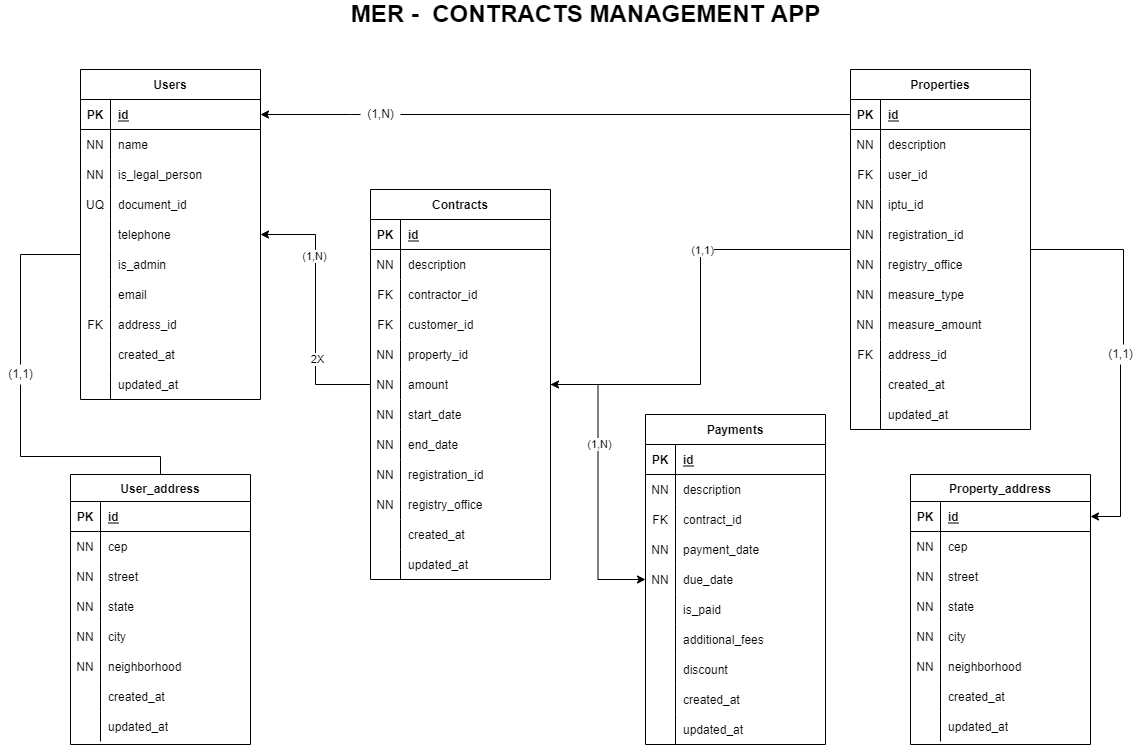
DaniloSouza19/contracts-management-api keeps this draw.io diagram as docs/ER_diagram.png. Above is the earlier version. Source tidied: cells renumbered, new cells last; positions are measured from the earlier drawing's top-left corner, leaving out a move shared by most shapes.
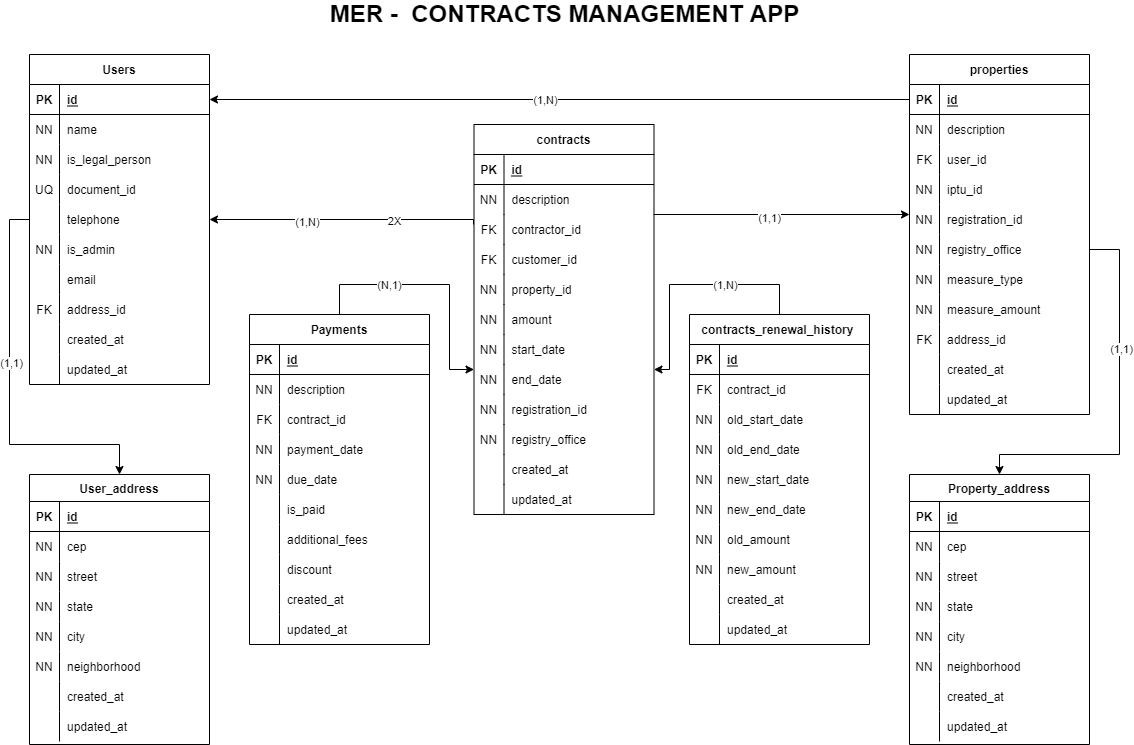
Later version of the same file.

Commit message:
add table contracts_renewal_history

The edit, as a diff of the source:
```diff
@@ -2,17 +2,8 @@
   <root>
     <mxCell id="0" />
     <mxCell id="1" parent="0" />
-    <mxCell id="2" style="edgeStyle=orthogonalEdgeStyle;rounded=0;jettySize=auto;html=1;startArrow=none;" parent="1" edge="1" source="126" target="102">
-      <mxGeometry relative="1" as="geometry" />
-    </mxCell>
-    <mxCell id="3" style="edgeStyle=orthogonalEdgeStyle;rounded=0;jettySize=auto;html=1;" parent="1" edge="1" source="5" target="130">
-      <mxGeometry relative="1" as="geometry" />
-    </mxCell>
-    <mxCell id="4" value="(1,1)" style="edgeLabel;html=1;align=center;verticalAlign=middle;" parent="3" vertex="1">
-      <mxGeometry x="-0.31" y="1" relative="1" as="geometry" />
-    </mxCell>
-    <mxCell id="5" value="Properties" style="shape=table;startSize=30;rowLines=0;fontStyle=1;align=center;" parent="1" vertex="1">
-      <mxGeometry x="850" y="65" width="180" height="360" as="geometry" />
+    <mxCell id="5" value="properties" style="shape=table;startSize=30;rowLines=0;fontStyle=1;align=center;" parent="1" vertex="1">
+      <mxGeometry x="930" y="50" width="180" height="360" as="geometry" />
     </mxCell>
     <mxCell id="6" style="shape=partialRectangle;fillColor=none;top=0;left=0;bottom=1;right=0;points=[[0,0.5],[1,0.5]];portConstraint=eastwest;" parent="5" vertex="1">
       <mxGeometry y="30" width="180" height="30" as="geometry" />
@@ -113,15 +104,8 @@
     <mxCell id="38" value="updated_at" style="shape=partialRectangle;fillColor=none;top=0;left=0;bottom=0;right=0;align=left;spacingLeft=6;overflow=hidden;" parent="36" vertex="1">
       <mxGeometry x="30" width="150" height="30" as="geometry" />
     </mxCell>
-    <mxCell id="39" style="edgeStyle=orthogonalEdgeStyle;rounded=0;jettySize=auto;html=1;startArrow=none;" parent="1" edge="1" source="99" target="72">
-      <mxGeometry relative="1" as="geometry">
-        <Array as="points">
-          <mxPoint x="20" y="452" />
-        </Array>
-      </mxGeometry>
-    </mxCell>
     <mxCell id="40" value="Users" style="shape=table;startSize=30;rowLines=0;fontStyle=1;align=center;" parent="1" vertex="1">
-      <mxGeometry x="80" y="65" width="180" height="330" as="geometry" />
+      <mxGeometry x="50" y="50" width="180" height="330" as="geometry" />
     </mxCell>
     <mxCell id="41" style="shape=partialRectangle;fillColor=none;top=0;left=0;bottom=1;right=0;points=[[0,0.5],[1,0.5]];portConstraint=eastwest;" parent="40" vertex="1">
       <mxGeometry y="30" width="180" height="30" as="geometry" />
@@ -171,7 +155,7 @@
     <mxCell id="56" style="shape=partialRectangle;fillColor=none;top=0;left=0;bottom=0;right=0;" parent="40" vertex="1">
       <mxGeometry y="180" width="180" height="30" as="geometry" />
     </mxCell>
-    <mxCell id="57" style="shape=partialRectangle;fillColor=none;top=0;left=0;bottom=0;right=0;overflow=hidden;" parent="56" vertex="1">
+    <mxCell id="57" value="NN" style="shape=partialRectangle;fillColor=none;top=0;left=0;bottom=0;right=0;overflow=hidden;" parent="56" vertex="1">
       <mxGeometry width="30" height="30" as="geometry" />
     </mxCell>
     <mxCell id="58" value="is_admin" style="shape=partialRectangle;fillColor=none;top=0;left=0;bottom=0;right=0;align=left;spacingLeft=6;overflow=hidden;" parent="56" vertex="1">
@@ -214,7 +198,7 @@
       <mxGeometry x="30" width="150" height="30" as="geometry" />
     </mxCell>
     <mxCell id="71" value="User_address" style="shape=table;startSize=27;rowLines=0;fontStyle=1;align=center;" parent="1" vertex="1">
-      <mxGeometry x="70" y="470" width="180" height="270" as="geometry" />
+      <mxGeometry x="50" y="470" width="180" height="270" as="geometry" />
     </mxCell>
     <mxCell id="72" style="shape=partialRectangle;fillColor=none;top=0;left=0;bottom=1;right=0;points=[[0,0.5],[1,0.5]];portConstraint=eastwest;" parent="71" vertex="1">
       <mxGeometry y="27" width="180" height="30" as="geometry" />
@@ -288,31 +272,8 @@
     <mxCell id="95" value="updated_at" style="shape=partialRectangle;fillColor=none;top=0;left=0;bottom=0;right=0;align=left;spacingLeft=6;overflow=hidden;" parent="93" vertex="1">
       <mxGeometry x="30" width="150" height="30" as="geometry" />
     </mxCell>
-    <mxCell id="96" style="edgeStyle=orthogonalEdgeStyle;rounded=0;jettySize=auto;html=1;exitX=0;exitY=0.5;exitDx=0;exitDy=0;startArrow=none;" parent="1" edge="1" source="97" target="41">
-      <mxGeometry relative="1" as="geometry">
-        <Array as="points">
-          <mxPoint x="350" y="110" />
-        </Array>
-      </mxGeometry>
-    </mxCell>
-    <mxCell id="97" value="(1,N)" style="text;html=1;align=center;verticalAlign=middle;points=[];strokeColor=none;fillColor=none;" parent="1" vertex="1">
-      <mxGeometry x="360" y="100" width="40" height="20" as="geometry" />
-    </mxCell>
-    <mxCell id="98" style="edgeStyle=orthogonalEdgeStyle;rounded=0;jettySize=auto;html=1;endArrow=none;" parent="1" edge="1" source="6" target="97">
-      <mxGeometry relative="1" as="geometry" />
-    </mxCell>
-    <mxCell id="99" value="(1,1)" style="text;html=1;align=center;verticalAlign=middle;points=[];strokeColor=none;fillColor=none;" parent="1" vertex="1">
-      <mxGeometry y="360" width="40" height="20" as="geometry" />
-    </mxCell>
-    <mxCell id="100" style="edgeStyle=orthogonalEdgeStyle;rounded=0;jettySize=auto;html=1;endArrow=none;exitX=0;exitY=0.333;exitDx=0;exitDy=0;exitPerimeter=0;" parent="1" edge="1" source="62" target="99">
-      <mxGeometry relative="1" as="geometry">
-        <Array as="points">
-          <mxPoint x="20" y="250" />
-        </Array>
-      </mxGeometry>
-    </mxCell>
     <mxCell id="101" value="Property_address" style="shape=table;startSize=27;rowLines=0;fontStyle=1;align=center;" parent="1" vertex="1">
-      <mxGeometry x="910" y="470" width="180" height="270" as="geometry" />
+      <mxGeometry x="930" y="470" width="180" height="270" as="geometry" />
     </mxCell>
     <mxCell id="102" style="shape=partialRectangle;fillColor=none;top=0;left=0;bottom=1;right=0;points=[[0,0.5],[1,0.5]];portConstraint=eastwest;" parent="101" vertex="1">
       <mxGeometry y="27" width="180" height="30" as="geometry" />
@@ -386,24 +347,8 @@
     <mxCell id="125" value="updated_at" style="shape=partialRectangle;fillColor=none;top=0;left=0;bottom=0;right=0;align=left;spacingLeft=6;overflow=hidden;" parent="123" vertex="1">
       <mxGeometry x="30" width="150" height="30" as="geometry" />
     </mxCell>
-    <mxCell id="126" value="(1,1)" style="text;html=1;align=center;verticalAlign=middle;points=[];strokeColor=none;fillColor=none;" parent="1" vertex="1">
-      <mxGeometry x="1100" y="340" width="40" height="20" as="geometry" />
-    </mxCell>
-    <mxCell id="127" style="edgeStyle=orthogonalEdgeStyle;rounded=0;jettySize=auto;html=1;endArrow=none;" parent="1" edge="1" source="5" target="126">
-      <mxGeometry relative="1" as="geometry">
-        <Array as="points">
-          <mxPoint x="1123" y="245" />
-        </Array>
-      </mxGeometry>
-    </mxCell>
-    <mxCell id="128" style="edgeStyle=orthogonalEdgeStyle;rounded=0;jettySize=auto;html=1;" parent="1" edge="1" source="130" target="170">
-      <mxGeometry relative="1" as="geometry" />
-    </mxCell>
-    <mxCell id="129" value="(1,N)" style="edgeLabel;html=1;align=center;verticalAlign=middle;" parent="128" vertex="1">
-      <mxGeometry x="-0.26" y="1" relative="1" as="geometry" />
-    </mxCell>
-    <mxCell id="130" value="Contracts" style="shape=table;startSize=30;rowLines=0;fontStyle=1;align=center;" parent="1" vertex="1">
-      <mxGeometry x="370" y="185" width="180" height="390" as="geometry" />
+    <mxCell id="130" value="contracts" style="shape=table;startSize=30;rowLines=0;fontStyle=1;align=center;" parent="1" vertex="1">
+      <mxGeometry x="494.5" y="120" width="180" height="390" as="geometry" />
     </mxCell>
     <mxCell id="131" style="shape=partialRectangle;fillColor=none;top=0;left=0;bottom=1;right=0;" parent="130" vertex="1">
       <mxGeometry y="30" width="180" height="30" as="geometry" />
@@ -513,17 +458,36 @@
     <mxCell id="166" value="updated_at" style="shape=partialRectangle;fillColor=none;top=0;left=0;bottom=0;right=0;align=left;spacingLeft=6;overflow=hidden;" parent="164" vertex="1">
       <mxGeometry x="30" width="150" height="30" as="geometry" />
     </mxCell>
-    <mxCell id="167" style="edgeStyle=orthogonalEdgeStyle;rounded=0;jettySize=auto;html=1;" parent="1" edge="1" source="130" target="40">
-      <mxGeometry relative="1" as="geometry" />
+    <mxCell id="167" style="edgeStyle=orthogonalEdgeStyle;rounded=0;jettySize=auto;html=1;" parent="1" edge="1" target="40">
+      <mxGeometry relative="1" as="geometry">
+        <mxPoint x="494" y="220" as="sourcePoint" />
+        <Array as="points">
+          <mxPoint x="494" y="215" />
+        </Array>
+      </mxGeometry>
     </mxCell>
-    <mxCell id="168" value="(1,N)" style="edgeLabel;html=1;align=center;verticalAlign=middle;" parent="167" vertex="1">
-      <mxGeometry x="0.42" y="2" relative="1" as="geometry" />
-    </mxCell>
+    <mxCell id="202" value="(1,N)" style="edgeLabel;html=1;align=center;verticalAlign=middle;" parent="167" vertex="1">
+      <mxGeometry x="0.27" y="2" relative="1" as="geometry" />
+    </mxCell>
     <mxCell id="169" value="2X" style="edgeLabel;html=1;align=center;verticalAlign=middle;" parent="167" vertex="1">
-      <mxGeometry x="-0.38" y="-1" relative="1" as="geometry" />
+      <mxGeometry x="-0.36" y="1" relative="1" as="geometry" />
     </mxCell>
+    <mxCell id="203" style="edgeStyle=orthogonalEdgeStyle;rounded=0;jettySize=auto;html=1;exitX=0.5;exitY=0;exitDx=0;exitDy=0;" parent="1" edge="1" source="170" target="130">
+      <mxGeometry relative="1" as="geometry">
+        <Array as="points">
+          <mxPoint x="360" y="280" />
+          <mxPoint x="470" y="280" />
+          <mxPoint x="470" y="365" />
+        </Array>
+      </mxGeometry>
+    </mxCell>
+    <mxCell id="204" value="(N,1)" style="edgeLabel;html=1;align=center;verticalAlign=middle;" parent="203" vertex="1">
+      <mxGeometry x="-0.43" y="-5" relative="1" as="geometry">
+        <mxPoint x="9" y="-5" as="offset" />
+      </mxGeometry>
+    </mxCell>
     <mxCell id="170" value="Payments" style="shape=table;startSize=30;rowLines=0;fontStyle=1;align=center;" parent="1" vertex="1">
-      <mxGeometry x="645" y="410" width="180" height="330" as="geometry" />
+      <mxGeometry x="270" y="310" width="180" height="330" as="geometry" />
     </mxCell>
     <mxCell id="171" style="shape=partialRectangle;fillColor=none;top=0;left=0;bottom=1;right=0;" parent="170" vertex="1">
       <mxGeometry y="30" width="180" height="30" as="geometry" />
@@ -618,5 +582,159 @@
     <mxCell id="201" value="&lt;b&gt;&lt;font style=&quot;font-size: 24px&quot;&gt;MER -&amp;nbsp; CONTRACTS MANAGEMENT APP&lt;/font&gt;&lt;/b&gt;" style="text;html=1;align=center;verticalAlign=middle;strokeColor=none;fillColor=none;fontStyle=0;" parent="1" vertex="1">
       <mxGeometry x="345" width="480" height="20" as="geometry" />
     </mxCell>
+    <mxCell id="205" value="contracts_renewal_history " style="shape=table;startSize=30;rowLines=0;fontStyle=1;align=center;" parent="1" vertex="1">
+      <mxGeometry x="710" y="310" width="180" height="330" as="geometry" />
+    </mxCell>
+    <mxCell id="206" style="shape=partialRectangle;fillColor=none;top=0;left=0;bottom=1;right=0;" parent="205" vertex="1">
+      <mxGeometry y="30" width="180" height="30" as="geometry" />
+    </mxCell>
+    <mxCell id="207" value="PK" style="shape=partialRectangle;fillColor=none;top=0;left=0;bottom=0;right=0;fontStyle=1;overflow=hidden;" parent="206" vertex="1">
+      <mxGeometry width="30" height="30" as="geometry" />
+    </mxCell>
+    <mxCell id="208" value="id" style="shape=partialRectangle;fillColor=none;top=0;left=0;bottom=0;right=0;align=left;spacingLeft=6;fontStyle=5;overflow=hidden;" parent="206" vertex="1">
+      <mxGeometry x="30" width="150" height="30" as="geometry" />
+    </mxCell>
+    <mxCell id="209" style="shape=partialRectangle;fillColor=none;top=0;left=0;bottom=0;right=0;" parent="205" vertex="1">
+      <mxGeometry y="60" width="180" height="30" as="geometry" />
+    </mxCell>
+    <mxCell id="210" value="FK" style="shape=partialRectangle;fillColor=none;top=0;left=0;bottom=0;right=0;overflow=hidden;" parent="209" vertex="1">
+      <mxGeometry width="30" height="30" as="geometry" />
+    </mxCell>
+    <mxCell id="211" value="contract_id" style="shape=partialRectangle;fillColor=none;top=0;left=0;bottom=0;right=0;align=left;spacingLeft=6;overflow=hidden;" parent="209" vertex="1">
+      <mxGeometry x="30" width="150" height="30" as="geometry" />
+    </mxCell>
+    <mxCell id="212" style="shape=partialRectangle;fillColor=none;top=0;left=0;bottom=0;right=0;" parent="205" vertex="1">
+      <mxGeometry y="90" width="180" height="30" as="geometry" />
+    </mxCell>
+    <mxCell id="213" value="NN" style="shape=partialRectangle;fillColor=none;top=0;left=0;bottom=0;right=0;overflow=hidden;" parent="212" vertex="1">
+      <mxGeometry width="30" height="30" as="geometry" />
+    </mxCell>
+    <mxCell id="214" value="old_start_date" style="shape=partialRectangle;fillColor=none;top=0;left=0;bottom=0;right=0;align=left;spacingLeft=6;overflow=hidden;" parent="212" vertex="1">
+      <mxGeometry x="30" width="150" height="30" as="geometry" />
+    </mxCell>
+    <mxCell id="215" style="shape=partialRectangle;fillColor=none;top=0;left=0;bottom=0;right=0;" parent="205" vertex="1">
+      <mxGeometry y="120" width="180" height="30" as="geometry" />
+    </mxCell>
+    <mxCell id="216" value="NN" style="shape=partialRectangle;fillColor=none;top=0;left=0;bottom=0;right=0;overflow=hidden;" parent="215" vertex="1">
+      <mxGeometry width="30" height="30" as="geometry" />
+    </mxCell>
+    <mxCell id="217" value="old_end_date" style="shape=partialRectangle;fillColor=none;top=0;left=0;bottom=0;right=0;align=left;spacingLeft=6;overflow=hidden;" parent="215" vertex="1">
+      <mxGeometry x="30" width="150" height="30" as="geometry" />
+    </mxCell>
+    <mxCell id="218" style="shape=partialRectangle;fillColor=none;top=0;left=0;bottom=0;right=0;" parent="205" vertex="1">
+      <mxGeometry y="150" width="180" height="30" as="geometry" />
+    </mxCell>
+    <mxCell id="219" value="NN" style="shape=partialRectangle;fillColor=none;top=0;left=0;bottom=0;right=0;overflow=hidden;" parent="218" vertex="1">
+      <mxGeometry width="30" height="30" as="geometry" />
+    </mxCell>
+    <mxCell id="220" value="new_start_date" style="shape=partialRectangle;fillColor=none;top=0;left=0;bottom=0;right=0;align=left;spacingLeft=6;overflow=hidden;" parent="218" vertex="1">
+      <mxGeometry x="30" width="150" height="30" as="geometry" />
+    </mxCell>
+    <mxCell id="221" style="shape=partialRectangle;fillColor=none;top=0;left=0;bottom=0;right=0;" parent="205" vertex="1">
+      <mxGeometry y="180" width="180" height="30" as="geometry" />
+    </mxCell>
+    <mxCell id="222" value="NN" style="shape=partialRectangle;fillColor=none;top=0;left=0;bottom=0;right=0;overflow=hidden;" parent="221" vertex="1">
+      <mxGeometry width="30" height="30" as="geometry" />
+    </mxCell>
+    <mxCell id="223" value="new_end_date" style="shape=partialRectangle;fillColor=none;top=0;left=0;bottom=0;right=0;align=left;spacingLeft=6;overflow=hidden;" parent="221" vertex="1">
+      <mxGeometry x="30" width="150" height="30" as="geometry" />
+    </mxCell>
+    <mxCell id="224" style="shape=partialRectangle;fillColor=none;top=0;left=0;bottom=0;right=0;" parent="205" vertex="1">
+      <mxGeometry y="210" width="180" height="30" as="geometry" />
+    </mxCell>
+    <mxCell id="225" value="NN" style="shape=partialRectangle;fillColor=none;top=0;left=0;bottom=0;right=0;overflow=hidden;" parent="224" vertex="1">
+      <mxGeometry width="30" height="30" as="geometry" />
+    </mxCell>
+    <mxCell id="226" value="old_amount" style="shape=partialRectangle;fillColor=none;top=0;left=0;bottom=0;right=0;align=left;spacingLeft=6;overflow=hidden;" parent="224" vertex="1">
+      <mxGeometry x="30" width="150" height="30" as="geometry" />
+    </mxCell>
+    <mxCell id="227" style="shape=partialRectangle;fillColor=none;top=0;left=0;bottom=0;right=0;" parent="205" vertex="1">
+      <mxGeometry y="240" width="180" height="30" as="geometry" />
+    </mxCell>
+    <mxCell id="228" value="NN" style="shape=partialRectangle;fillColor=none;top=0;left=0;bottom=0;right=0;overflow=hidden;" parent="227" vertex="1">
+      <mxGeometry width="30" height="30" as="geometry" />
+    </mxCell>
+    <mxCell id="229" value="new_amount" style="shape=partialRectangle;fillColor=none;top=0;left=0;bottom=0;right=0;align=left;spacingLeft=6;overflow=hidden;" parent="227" vertex="1">
+      <mxGeometry x="30" width="150" height="30" as="geometry" />
+    </mxCell>
+    <mxCell id="230" style="shape=partialRectangle;fillColor=none;top=0;left=0;bottom=0;right=0;" parent="205" vertex="1">
+      <mxGeometry y="270" width="180" height="30" as="geometry" />
+    </mxCell>
+    <mxCell id="231" style="shape=partialRectangle;fillColor=none;top=0;left=0;bottom=0;right=0;overflow=hidden;" parent="230" vertex="1">
+      <mxGeometry width="30" height="30" as="geometry" />
+    </mxCell>
+    <mxCell id="232" value="created_at" style="shape=partialRectangle;fillColor=none;top=0;left=0;bottom=0;right=0;align=left;spacingLeft=6;overflow=hidden;" parent="230" vertex="1">
+      <mxGeometry x="30" width="150" height="30" as="geometry" />
+    </mxCell>
+    <mxCell id="233" style="shape=partialRectangle;fillColor=none;top=0;left=0;bottom=0;right=0;" parent="205" vertex="1">
+      <mxGeometry y="300" width="180" height="30" as="geometry" />
+    </mxCell>
+    <mxCell id="234" style="shape=partialRectangle;fillColor=none;top=0;left=0;bottom=0;right=0;overflow=hidden;" parent="233" vertex="1">
+      <mxGeometry width="30" height="30" as="geometry" />
+    </mxCell>
+    <mxCell id="235" value="updated_at" style="shape=partialRectangle;fillColor=none;top=0;left=0;bottom=0;right=0;align=left;spacingLeft=6;overflow=hidden;" parent="233" vertex="1">
+      <mxGeometry x="30" width="150" height="30" as="geometry" />
+    </mxCell>
+    <mxCell id="236" style="edgeStyle=orthogonalEdgeStyle;rounded=0;jettySize=auto;html=1;exitX=1;exitY=0.5;exitDx=0;exitDy=0;" parent="1" edge="1" source="21" target="101">
+      <mxGeometry relative="1" as="geometry">
+        <Array as="points">
+          <mxPoint x="1140" y="245" />
+          <mxPoint x="1140" y="450" />
+          <mxPoint x="1020" y="450" />
+        </Array>
+      </mxGeometry>
+    </mxCell>
+    <mxCell id="237" value="(1,1)" style="edgeLabel;html=1;align=center;verticalAlign=middle;" parent="236" vertex="1">
+      <mxGeometry x="-0.1" y="1" relative="1" as="geometry">
+        <mxPoint y="-39" as="offset" />
+      </mxGeometry>
+    </mxCell>
+    <mxCell id="238" style="edgeStyle=orthogonalEdgeStyle;rounded=0;jettySize=auto;html=1;exitX=0;exitY=0.5;exitDx=0;exitDy=0;" parent="1" edge="1" source="53" target="71">
+      <mxGeometry relative="1" as="geometry">
+        <Array as="points">
+          <mxPoint x="30" y="215" />
+          <mxPoint x="30" y="440" />
+          <mxPoint x="140" y="440" />
+        </Array>
+      </mxGeometry>
+    </mxCell>
+    <mxCell id="239" value="(1,1)" style="edgeLabel;html=1;align=center;verticalAlign=middle;" parent="238" vertex="1">
+      <mxGeometry x="-0.15" y="1" relative="1" as="geometry" />
+    </mxCell>
+    <mxCell id="240" style="edgeStyle=orthogonalEdgeStyle;rounded=0;jettySize=auto;html=1;" parent="1" edge="1" source="205" target="130">
+      <mxGeometry relative="1" as="geometry">
+        <Array as="points">
+          <mxPoint x="800" y="280" />
+          <mxPoint x="690" y="280" />
+          <mxPoint x="690" y="365" />
+        </Array>
+      </mxGeometry>
+    </mxCell>
+    <mxCell id="241" value="(1,N)" style="edgeLabel;html=1;align=center;verticalAlign=middle;" parent="240" vertex="1">
+      <mxGeometry x="-0.1" y="1" relative="1" as="geometry">
+        <mxPoint x="22" y="-1" as="offset" />
+      </mxGeometry>
+    </mxCell>
+    <mxCell id="242" style="edgeStyle=orthogonalEdgeStyle;rounded=0;jettySize=auto;html=1;exitX=0;exitY=0.5;exitDx=0;exitDy=0;entryX=1;entryY=0.5;entryDx=0;entryDy=0;" parent="1" edge="1" source="6" target="41">
+      <mxGeometry relative="1" as="geometry" />
+    </mxCell>
+    <mxCell id="243" value="(1,N)" style="edgeLabel;html=1;align=center;verticalAlign=middle;" parent="242" vertex="1">
+      <mxGeometry x="0.04" relative="1" as="geometry" />
+    </mxCell>
+    <mxCell id="244" style="edgeStyle=orthogonalEdgeStyle;rounded=0;jettySize=auto;html=1;" parent="1" edge="1" target="5">
+      <mxGeometry relative="1" as="geometry">
+        <mxPoint x="674" y="210" as="sourcePoint" />
+        <Array as="points">
+          <mxPoint x="674" y="210" />
+          <mxPoint x="674" y="210" />
+        </Array>
+      </mxGeometry>
+    </mxCell>
+    <mxCell id="245" value="(1,1)" style="edgeLabel;html=1;align=center;verticalAlign=middle;" parent="244" vertex="1">
+      <mxGeometry x="-0.1" y="-3" relative="1" as="geometry" />
+    </mxCell>
+    <mxCell id="246" style="edgeStyle=orthogonalEdgeStyle;rounded=0;orthogonalLoop=1;jettySize=auto;html=1;exitX=0.5;exitY=0;exitDx=0;exitDy=0;entryX=0.5;entryY=0;entryDx=0;entryDy=0;" parent="1" edge="1" source="205" target="205">
+      <mxGeometry relative="1" as="geometry" />
+    </mxCell>
   </root>
 </mxGraphModel>
```
